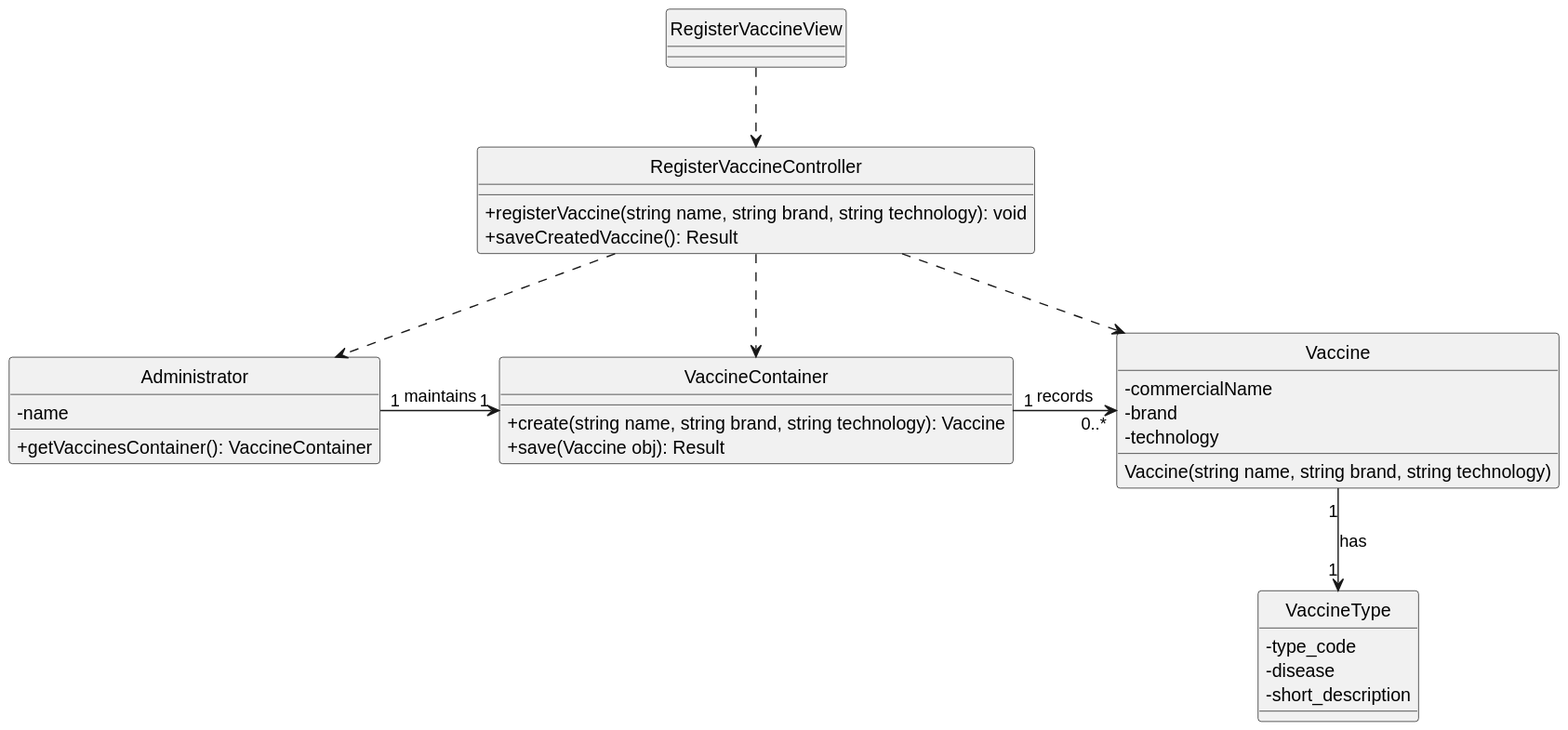
Parafita123/leti-esoft-25-26-B1 keeps this PlantUML diagram as docs/Sprint2/US11/svg/US11-CD.svg. Above is the earlier version.
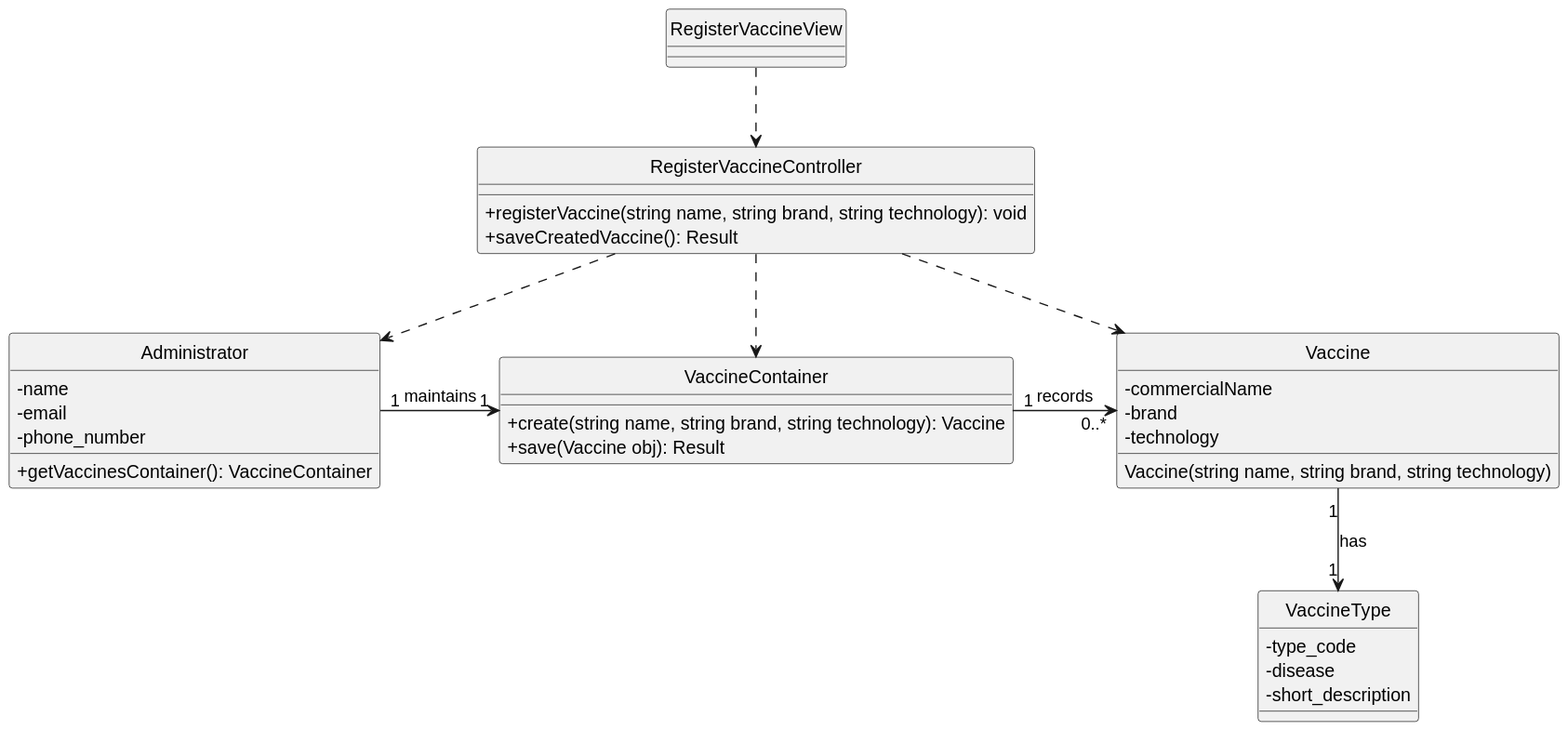
Above is the later version.

What changed in the source:
```diff
@@ -13,6 +13,8 @@
 
 class Administrator {
     - name
+    - email
+    -phone_number
     +getVaccinesContainer(): VaccineContainer
 }
 
```
